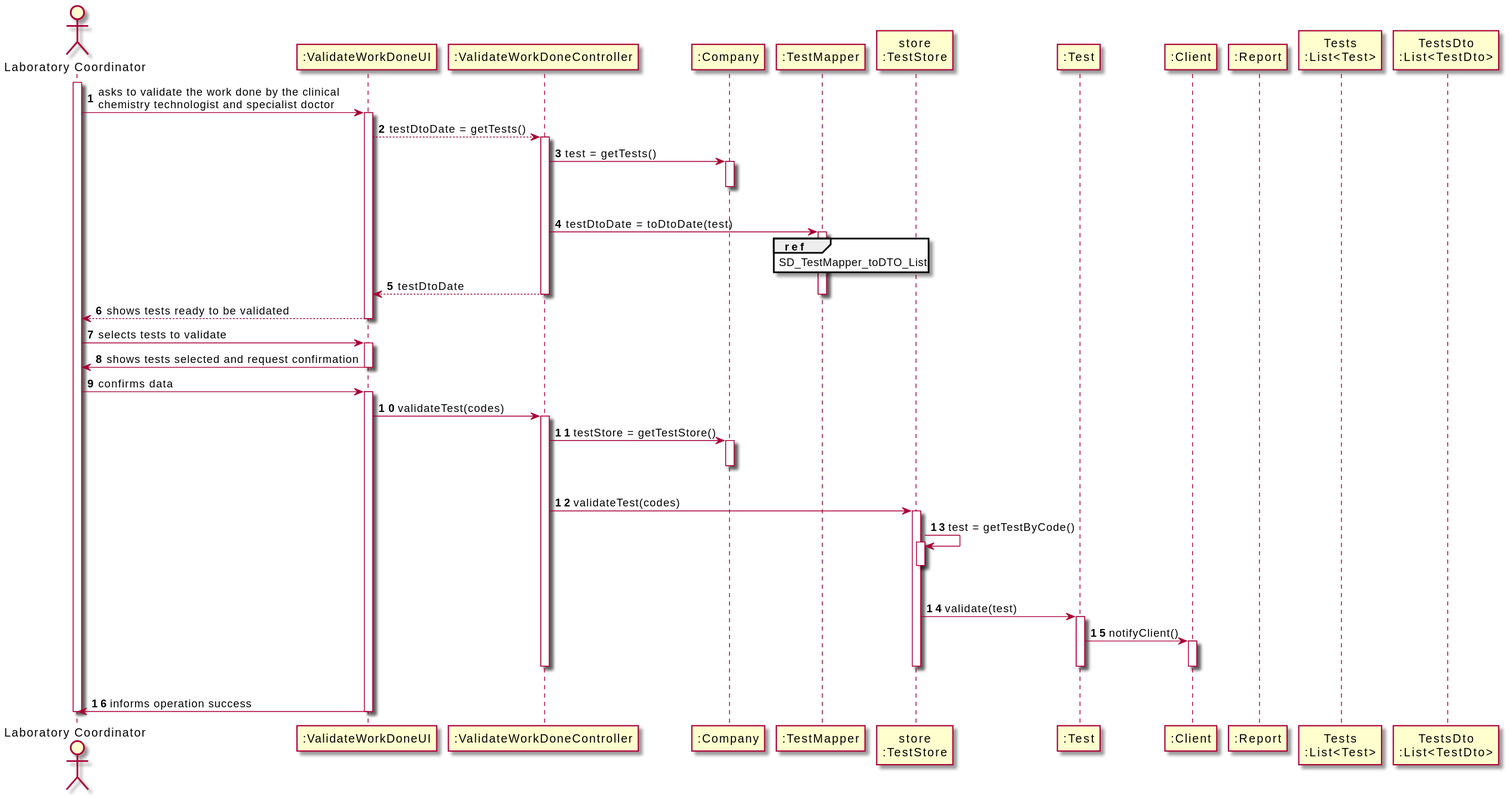
Before: docs/SprintC/US15_ValidateTheWorkDone/US15_SD.svg, a diagram exported from PlantUML (Pedromaia26/LAPR2-ISEP).
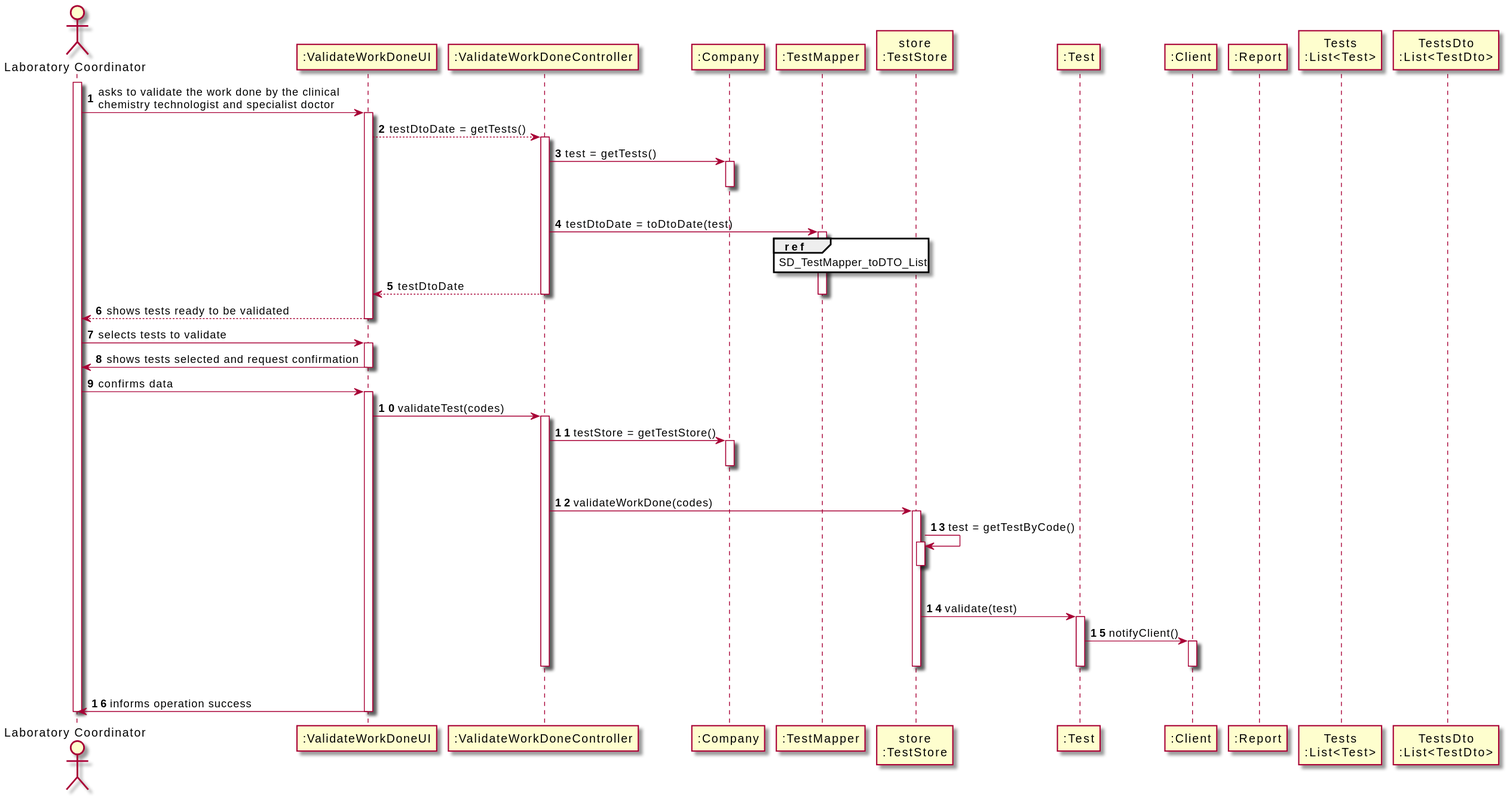
Later version of the same file.

What changed in the source:
```diff
@@ -57,7 +57,7 @@
 |||
 deactivate ML
 
-CTRL -> STORE : validateTest(codes)
+CTRL -> STORE : validateWorkDone(codes)
 activate STORE
 
 STORE -> STORE : test = getTestByCode()
```
